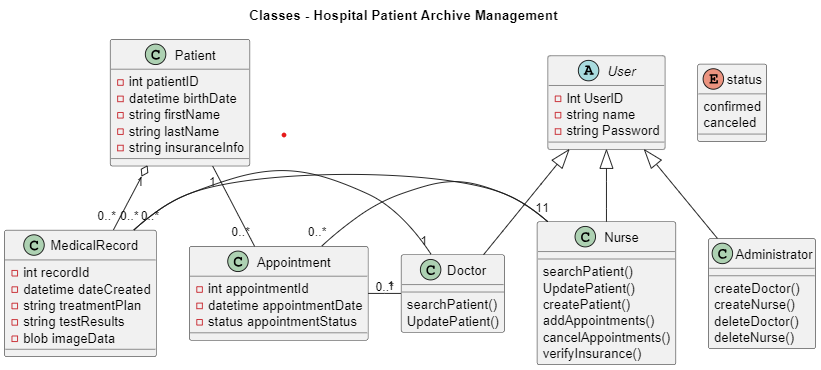
Earlier version of the PlantUML export classdiagram.png (Maryem-bencharke/SE_Project). Its source is kept beside it as classDiagram.pu. Source of this version:
```plantuml
@startuml

title Classes - Hospital Patient Archive Management

abstract User {
  - Int UserID
  - string name
  - string Password
}

class Doctor {
  searchPatient()
  UpdatePatient()
}

class Nurse {
  searchPatient()
  UpdatePatient()
  createPatient()
  addAppointments()
  cancelAppointments()
  verifyInsurance()
}

User <|-- Doctor
User <|-- Nurse
User <|-- Administrator

class Administrator {
  createDoctor()
  createNurse()
  deleteDoctor()
  deleteNurse()
}

class Patient {
  - int patientID
  - datetime birthDate
  - string firstName
  - string lastName
  - string insuranceInfo
}

class Appointment {
  -int appointmentId
  -datetime appointmentDate
  -status appointmentStatus
}

enum status {
  confirmed
  canceled
}

class MedicalRecord {
  - int recordId
  - datetime dateCreated
  - string treatmentPlan
  - string testResults
  - blob imageData
}

MedicalRecord "0..*" - "1" Nurse
Patient "1" - "0..*" Appointment
Patient "1" o-- "0..*" MedicalRecord
Appointment "0..*" - "1" Nurse
MedicalRecord "0..*" - "1" Doctor
Appointment "0..*" - "1" Doctor

@enduml
```
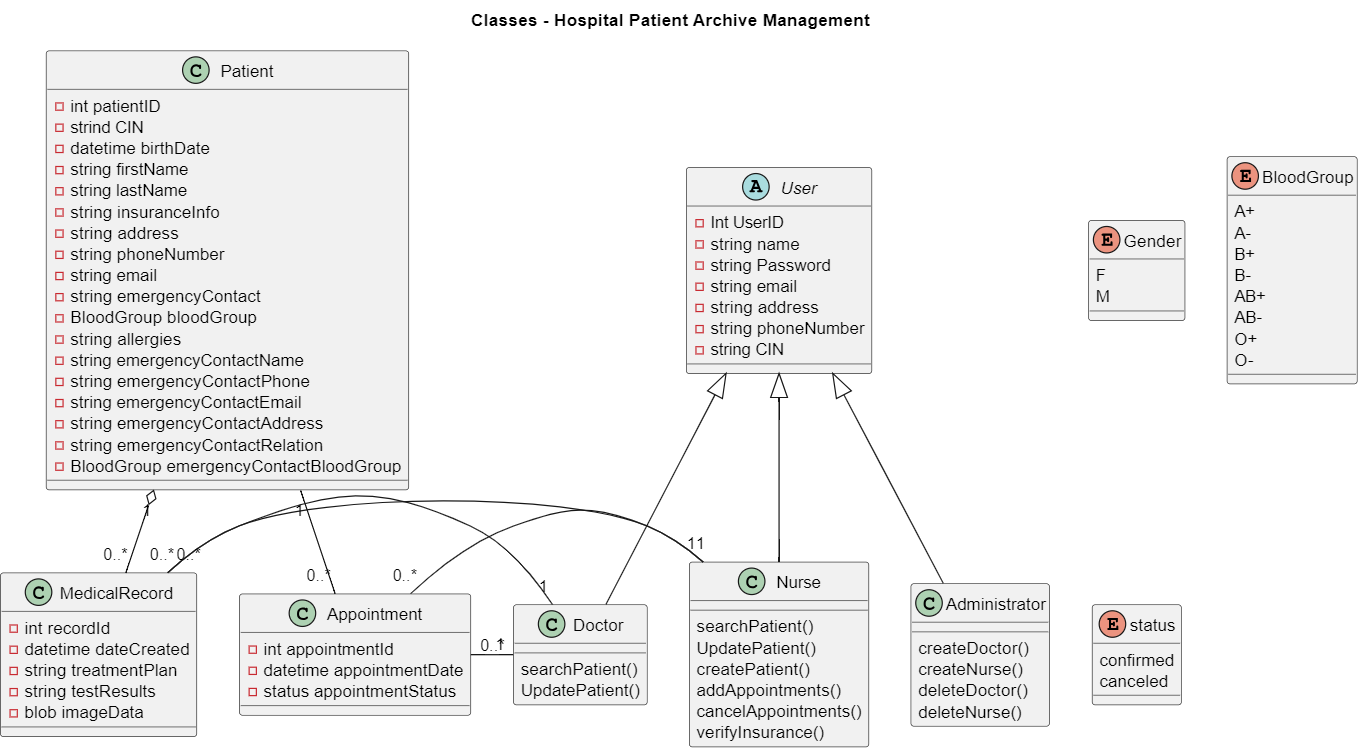
The same file after the commit.

Change to the diagram source:
```diff
@@ -6,8 +6,15 @@
   - Int UserID
   - string name
   - string Password
+  - string email
+  - string address
+  - string phoneNumber
+  - string CIN
 }
-
+enum Gender{
+  F
+  M
+}
 class Doctor {
   searchPatient()
   UpdatePatient()
@@ -35,12 +42,34 @@
 
 class Patient {
   - int patientID
+  - strind CIN
   - datetime birthDate
   - string firstName
   - string lastName
   - string insuranceInfo
+  - string address
+  - string phoneNumber
+  - string email
+  - string emergencyContact
+  - BloodGroup bloodGroup
+  - string allergies
+  - string emergencyContactName
+  - string emergencyContactPhone
+  - string emergencyContactEmail
+  - string emergencyContactAddress
+  - string emergencyContactRelation
+  - BloodGroup emergencyContactBloodGroup
 }
-
+enum BloodGroup {
+  A+
+  A-
+  B+
+  B-
+  AB+
+  AB-
+  O+
+  O-
+}
 class Appointment {
   -int appointmentId
   -datetime appointmentDate
```
